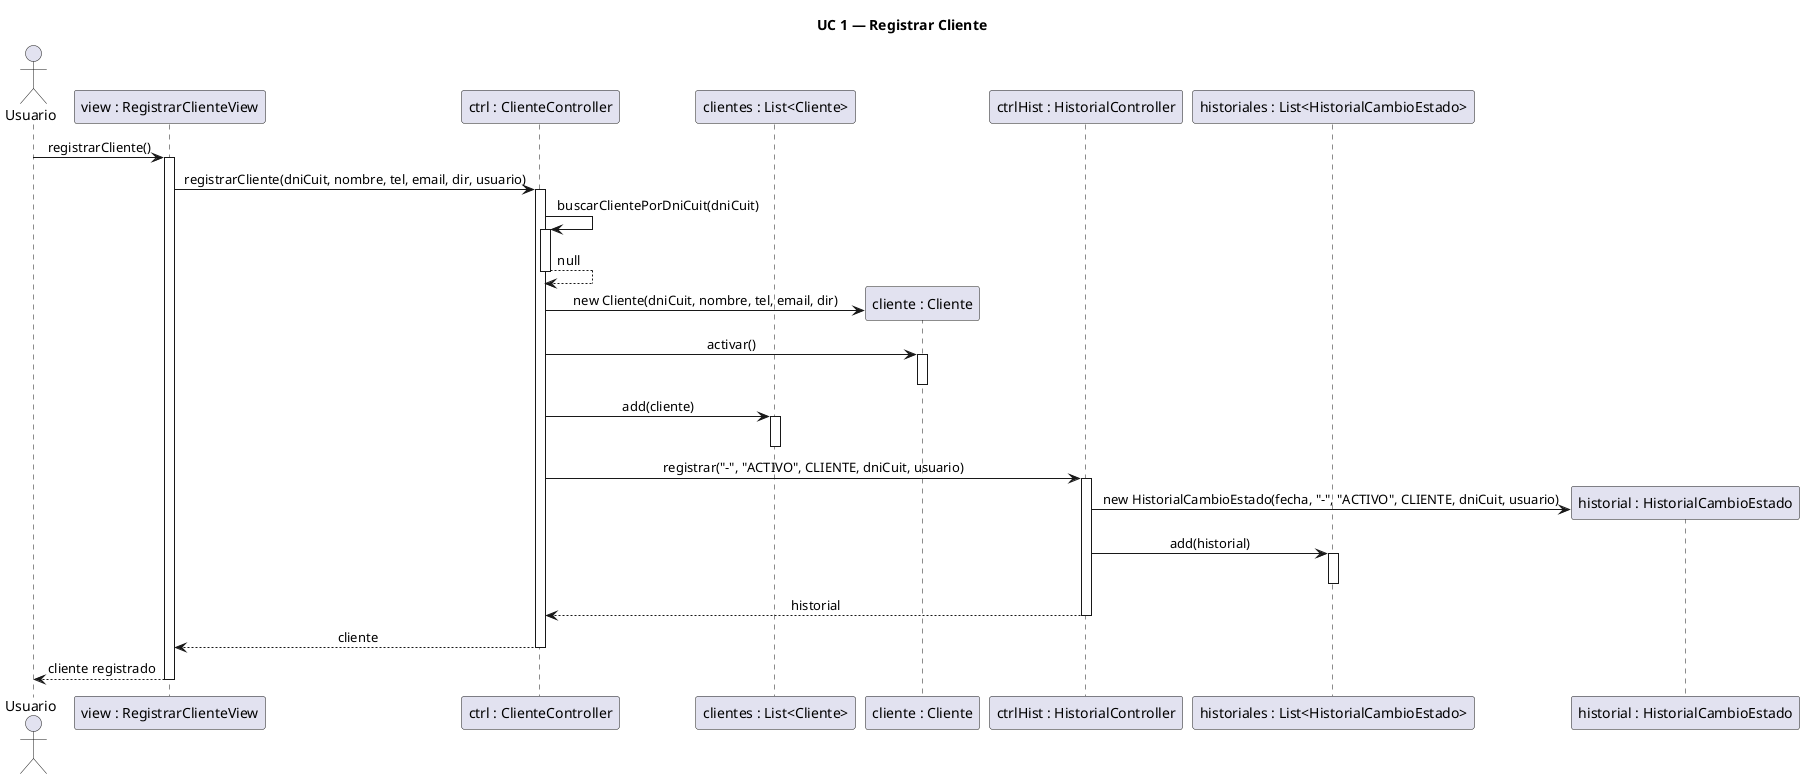
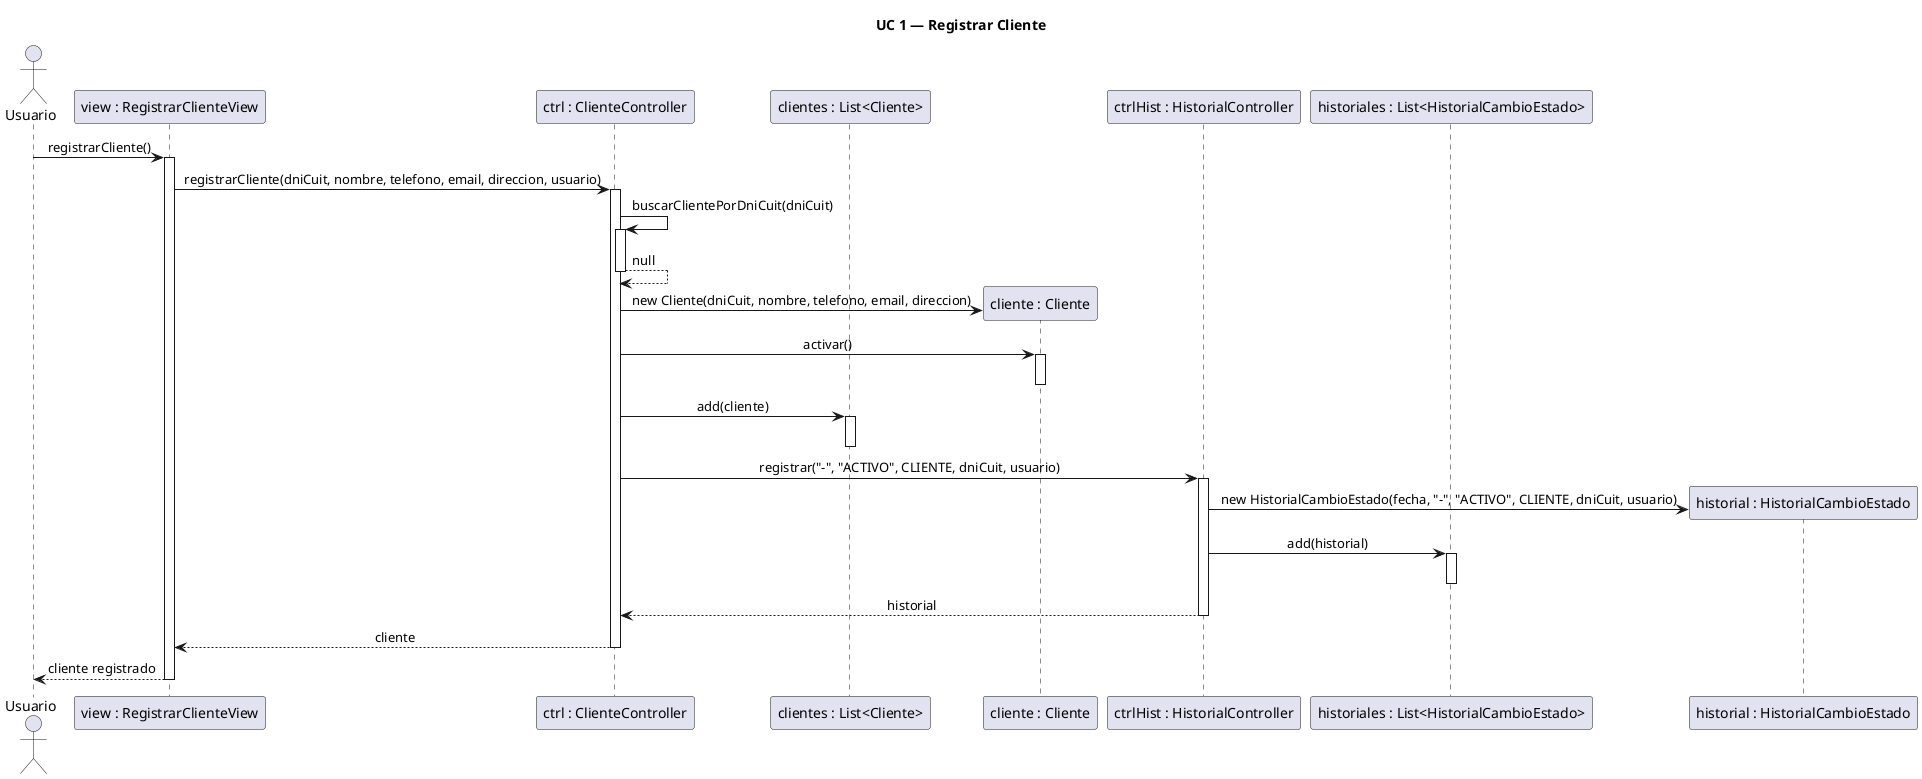
@startuml DS1_RegistrarCliente
skinparam sequenceMessageAlign center
skinparam responseMessageBelowArrow true

title UC 1 — Registrar Cliente

actor Usuario

participant "view : RegistrarClienteView" as V
participant "ctrl : ClienteController" as CC
participant "clientes : List<Cliente>" as LC
participant "cliente : Cliente" as C
participant "ctrlHist : HistorialController" as HC
participant "historiales : List<HistorialCambioEstado>" as LH
participant "historial : HistorialCambioEstado" as H

Usuario -> V : registrarCliente()
activate V

- V -> CC : registrarCliente(dniCuit, nombre, tel, email, dir, usuario)
+ V -> CC : registrarCliente(dniCuit, nombre, telefono, email, direccion, usuario)
activate CC

CC -> CC : buscarClientePorDniCuit(dniCuit)
activate CC
CC --> CC : null
deactivate CC

- CC -> C ** : new Cliente(dniCuit, nombre, tel, email, dir)
+ CC -> C ** : new Cliente(dniCuit, nombre, telefono, email, direccion)
CC -> C : activar()
activate C
deactivate C

CC -> LC : add(cliente)
activate LC
deactivate LC

CC -> HC : registrar("-", "ACTIVO", CLIENTE, dniCuit, usuario)
activate HC

HC -> H ** : new HistorialCambioEstado(fecha, "-", "ACTIVO", CLIENTE, dniCuit, usuario)
HC -> LH : add(historial)
activate LH
deactivate LH

HC --> CC : historial
deactivate HC

CC --> V : cliente
deactivate CC

V --> Usuario : cliente registrado
deactivate V

@enduml
